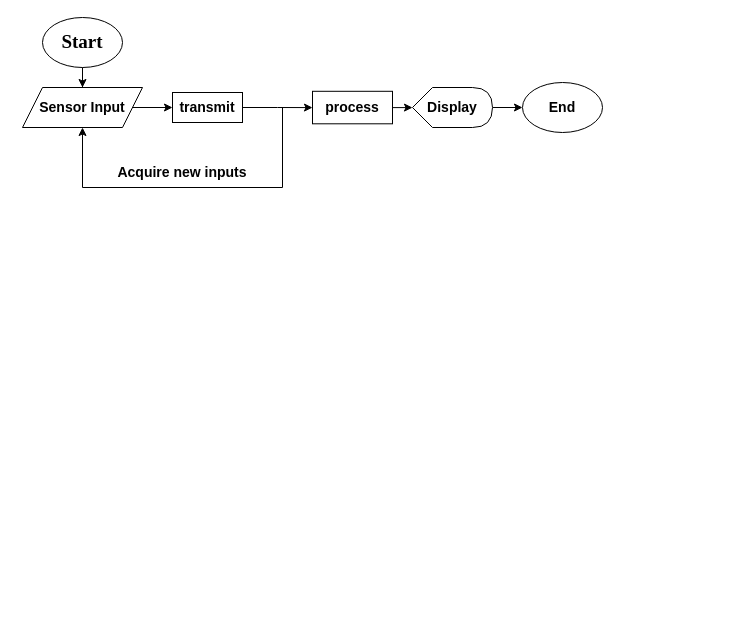
Before: Block-Diagram/Untitled Diagram.drawio in salaheldeenyasser/Gait-Monitoring-System, a draw.io diagram. Source tidied: cells renumbered, new cells numbered last; positions are measured from the earlier drawing's top-left corner, leaving out a move shared by most shapes. Both pictures are drawn from the tidied source at 100%, with x=0, y=0 at pixel (22, 17).
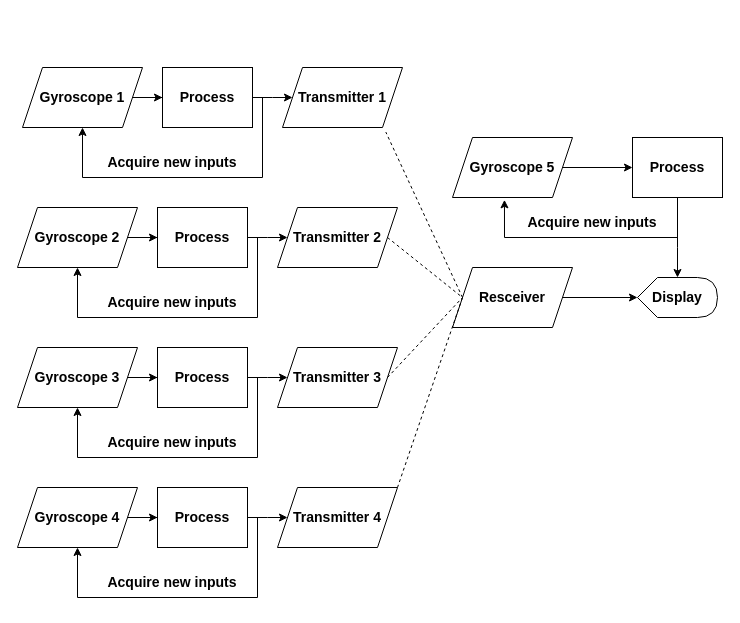
After the change.

Change to the diagram source:
```diff
@@
-    <mxCell id="2" style="edgeStyle=orthogonalEdgeStyle;rounded=0;jettySize=auto;html=1;" parent="1" edge="1" source="3" target="9">
-      <mxGeometry relative="1" as="geometry" />
-    </mxCell>
-    <mxCell id="3" value="&lt;font size=&quot;1&quot;&gt;&lt;b style=&quot;font-size: 14px;&quot;&gt;process&lt;/b&gt;&lt;/font&gt;" style="rounded=0;whiteSpace=wrap;html=1;" parent="1" vertex="1">
-      <mxGeometry x="290" y="73.8" width="80" height="32.5" as="geometry" />
-    </mxCell>
-    <mxCell id="4" style="edgeStyle=orthogonalEdgeStyle;rounded=0;jettySize=auto;html=1;" parent="1" edge="1" source="14" target="3">
-      <mxGeometry relative="1" as="geometry" />
+    <mxCell id="4" style="edgeStyle=orthogonalEdgeStyle;rounded=0;jettySize=auto;html=1;" parent="1" edge="1" source="14">
+      <mxGeometry relative="1" as="geometry">
+        <mxPoint x="270" y="80" as="targetPoint" />
+      </mxGeometry>
     </mxCell>
-    <mxCell id="5" value="&lt;font style=&quot;font-size: 14px;&quot;&gt;Sensor&amp;nbsp;&lt;/font&gt;&lt;span style=&quot;font-size: 14px; background-color: initial;&quot;&gt;Input&lt;/span&gt;" style="shape=parallelogram;perimeter=parallelogramPerimeter;whiteSpace=wrap;html=1;fixedSize=1;fontStyle=1;" parent="1" vertex="1">
-      <mxGeometry y="70" width="120" height="40" as="geometry" />
+    <mxCell id="5" value="&lt;span style=&quot;font-size: 14px;&quot;&gt;Gyroscope 1&lt;/span&gt;" style="shape=parallelogram;perimeter=parallelogramPerimeter;whiteSpace=wrap;html=1;fixedSize=1;fontStyle=1;" parent="1" vertex="1">
+      <mxGeometry y="50" width="120" height="60" as="geometry" />
     </mxCell>
-    <mxCell id="6" style="edgeStyle=orthogonalEdgeStyle;rounded=0;jettySize=auto;html=1;" parent="1" edge="1" source="7" target="5">
-      <mxGeometry relative="1" as="geometry" />
-    </mxCell>
-    <mxCell id="7" value="&lt;b&gt;&lt;font style=&quot;font-size: 19px;&quot;&gt;Start&lt;/font&gt;&lt;/b&gt;" style="ellipse;whiteSpace=wrap;html=1;fontFamily=Times New Roman;" parent="1" vertex="1">
-      <mxGeometry x="20" width="80" height="50" as="geometry" />
-    </mxCell>
-    <mxCell id="8" style="edgeStyle=orthogonalEdgeStyle;rounded=0;jettySize=auto;html=1;" parent="1" edge="1" source="9" target="10">
-      <mxGeometry relative="1" as="geometry" />
-    </mxCell>
     <mxCell id="9" value="Displ&lt;span style=&quot;background-color: initial;&quot;&gt;ay&lt;/span&gt;" style="shape=display;whiteSpace=wrap;html=1;fontStyle=1;fontSize=14;" parent="1" vertex="1">
-      <mxGeometry x="390" y="70" width="80" height="40" as="geometry" />
+      <mxGeometry x="615" y="260" width="80" height="40" as="geometry" />
     </mxCell>
-    <mxCell id="10" value="End" style="ellipse;whiteSpace=wrap;html=1;fontStyle=1;fontSize=14;" parent="1" vertex="1">
-      <mxGeometry x="500" y="65" width="80" height="50" as="geometry" />
-    </mxCell>
     <mxCell id="11" style="endArrow=classic;html=1;rounded=0;entryX=0.5;entryY=1;entryDx=0;entryDy=0;" parent="1" edge="1" target="5">
       <mxGeometry relative="1" as="geometry">
-        <mxPoint x="260" y="90" as="sourcePoint" />
+        <mxPoint x="240" y="80" as="sourcePoint" />
         <Array as="points">
-          <mxPoint x="260" y="170" />
-          <mxPoint x="60" y="170" />
+          <mxPoint x="240" y="160" />
+          <mxPoint x="60" y="160" />
         </Array>
       </mxGeometry>
     </mxCell>
     <mxCell id="12" value="&lt;b&gt;&lt;font style=&quot;font-size: 14px;&quot;&gt;Acquire new inputs&lt;/font&gt;&lt;/b&gt;" style="text;strokeColor=none;align=center;fillColor=none;html=1;verticalAlign=middle;whiteSpace=wrap;rounded=0;" parent="1" vertex="1">
-      <mxGeometry x="90" y="140" width="140" height="30" as="geometry" />
+      <mxGeometry x="80" y="130" width="140" height="30" as="geometry" />
     </mxCell>
@@
-    <mxCell id="14" value="transmit" style="rounded=0;whiteSpace=wrap;html=1;fontStyle=1;fontSize=14;" parent="1" vertex="1">
-      <mxGeometry x="150" y="75" width="70" height="30" as="geometry" />
+    <mxCell id="14" value="Process" style="rounded=0;whiteSpace=wrap;html=1;fontStyle=1;fontSize=14;" parent="1" vertex="1">
+      <mxGeometry x="140" y="50" width="90" height="60" as="geometry" />
     </mxCell>
+    <mxCell id="15" value="&lt;b&gt;&lt;font style=&quot;font-size: 14px;&quot;&gt;Transmitter 1&lt;/font&gt;&lt;/b&gt;" style="shape=parallelogram;perimeter=parallelogramPerimeter;whiteSpace=wrap;html=1;fixedSize=1;" parent="1" vertex="1">
+      <mxGeometry x="260" y="50" width="120" height="60" as="geometry" />
+    </mxCell>
+    <mxCell id="16" style="edgeStyle=orthogonalEdgeStyle;rounded=0;jettySize=auto;html=1;" parent="1" edge="1" source="21">
+      <mxGeometry relative="1" as="geometry">
+        <mxPoint x="265" y="220" as="targetPoint" />
+      </mxGeometry>
+    </mxCell>
+    <mxCell id="17" value="&lt;span style=&quot;font-size: 14px;&quot;&gt;Gyroscope 2&lt;/span&gt;" style="shape=parallelogram;perimeter=parallelogramPerimeter;whiteSpace=wrap;html=1;fixedSize=1;fontStyle=1;" parent="1" vertex="1">
+      <mxGeometry x="-5" y="190" width="120" height="60" as="geometry" />
+    </mxCell>
+    <mxCell id="18" style="endArrow=classic;html=1;rounded=0;entryX=0.5;entryY=1;entryDx=0;entryDy=0;" parent="1" edge="1" target="17">
+      <mxGeometry relative="1" as="geometry">
+        <mxPoint x="235" y="220" as="sourcePoint" />
+        <Array as="points">
+          <mxPoint x="235" y="300" />
+          <mxPoint x="55" y="300" />
+        </Array>
+      </mxGeometry>
+    </mxCell>
+    <mxCell id="19" value="&lt;b&gt;&lt;font style=&quot;font-size: 14px;&quot;&gt;Acquire new inputs&lt;/font&gt;&lt;/b&gt;" style="text;strokeColor=none;align=center;fillColor=none;html=1;verticalAlign=middle;whiteSpace=wrap;rounded=0;" parent="1" vertex="1">
+      <mxGeometry x="80" y="270" width="140" height="30" as="geometry" />
+    </mxCell>
+    <mxCell id="20" style="edgeStyle=orthogonalEdgeStyle;rounded=0;jettySize=auto;html=1;" parent="1" edge="1" source="17" target="21">
+      <mxGeometry relative="1" as="geometry" />
+    </mxCell>
+    <mxCell id="21" value="Process" style="rounded=0;whiteSpace=wrap;html=1;fontStyle=1;fontSize=14;" parent="1" vertex="1">
+      <mxGeometry x="135" y="190" width="90" height="60" as="geometry" />
+    </mxCell>
+    <mxCell id="22" value="&lt;b&gt;&lt;font style=&quot;font-size: 14px;&quot;&gt;Transmitter 2&lt;/font&gt;&lt;/b&gt;" style="shape=parallelogram;perimeter=parallelogramPerimeter;whiteSpace=wrap;html=1;fixedSize=1;" parent="1" vertex="1">
+      <mxGeometry x="255" y="190" width="120" height="60" as="geometry" />
+    </mxCell>
+    <mxCell id="23" style="edgeStyle=orthogonalEdgeStyle;rounded=0;jettySize=auto;html=1;" parent="1" edge="1" source="28">
+      <mxGeometry relative="1" as="geometry">
+        <mxPoint x="265" y="360" as="targetPoint" />
+      </mxGeometry>
+    </mxCell>
+    <mxCell id="24" value="&lt;span style=&quot;font-size: 14px;&quot;&gt;Gyroscope 3&lt;/span&gt;" style="shape=parallelogram;perimeter=parallelogramPerimeter;whiteSpace=wrap;html=1;fixedSize=1;fontStyle=1;" parent="1" vertex="1">
+      <mxGeometry x="-5" y="330" width="120" height="60" as="geometry" />
+    </mxCell>
+    <mxCell id="25" style="endArrow=classic;html=1;rounded=0;entryX=0.5;entryY=1;entryDx=0;entryDy=0;" parent="1" edge="1" target="24">
+      <mxGeometry relative="1" as="geometry">
+        <mxPoint x="235" y="360" as="sourcePoint" />
+        <Array as="points">
+          <mxPoint x="235" y="440" />
+          <mxPoint x="55" y="440" />
+        </Array>
+      </mxGeometry>
+    </mxCell>
+    <mxCell id="26" value="&lt;b&gt;&lt;font style=&quot;font-size: 14px;&quot;&gt;Acquire new inputs&lt;/font&gt;&lt;/b&gt;" style="text;strokeColor=none;align=center;fillColor=none;html=1;verticalAlign=middle;whiteSpace=wrap;rounded=0;" parent="1" vertex="1">
+      <mxGeometry x="80" y="410" width="140" height="30" as="geometry" />
+    </mxCell>
+    <mxCell id="27" style="edgeStyle=orthogonalEdgeStyle;rounded=0;jettySize=auto;html=1;" parent="1" edge="1" source="24" target="28">
+      <mxGeometry relative="1" as="geometry" />
+    </mxCell>
+    <mxCell id="28" value="Process" style="rounded=0;whiteSpace=wrap;html=1;fontStyle=1;fontSize=14;" parent="1" vertex="1">
+      <mxGeometry x="135" y="330" width="90" height="60" as="geometry" />
+    </mxCell>
+    <mxCell id="29" value="&lt;b&gt;&lt;font style=&quot;font-size: 14px;&quot;&gt;Transmitter 3&lt;/font&gt;&lt;/b&gt;" style="shape=parallelogram;perimeter=parallelogramPerimeter;whiteSpace=wrap;html=1;fixedSize=1;" parent="1" vertex="1">
+      <mxGeometry x="255" y="330" width="120" height="60" as="geometry" />
+    </mxCell>
+    <mxCell id="30" style="edgeStyle=orthogonalEdgeStyle;rounded=0;jettySize=auto;html=1;" parent="1" edge="1" source="35">
+      <mxGeometry relative="1" as="geometry">
+        <mxPoint x="265" y="500" as="targetPoint" />
+      </mxGeometry>
+    </mxCell>
+    <mxCell id="31" value="&lt;span style=&quot;font-size: 14px;&quot;&gt;Gyroscope 4&lt;/span&gt;" style="shape=parallelogram;perimeter=parallelogramPerimeter;whiteSpace=wrap;html=1;fixedSize=1;fontStyle=1;" parent="1" vertex="1">
+      <mxGeometry x="-5" y="470" width="120" height="60" as="geometry" />
+    </mxCell>
+    <mxCell id="32" style="endArrow=classic;html=1;rounded=0;entryX=0.5;entryY=1;entryDx=0;entryDy=0;" parent="1" edge="1" target="31">
+      <mxGeometry relative="1" as="geometry">
+        <mxPoint x="235" y="500" as="sourcePoint" />
+        <Array as="points">
+          <mxPoint x="235" y="580" />
+          <mxPoint x="55" y="580" />
+        </Array>
+      </mxGeometry>
+    </mxCell>
+    <mxCell id="33" value="&lt;b&gt;&lt;font style=&quot;font-size: 14px;&quot;&gt;Acquire new inputs&lt;/font&gt;&lt;/b&gt;" style="text;strokeColor=none;align=center;fillColor=none;html=1;verticalAlign=middle;whiteSpace=wrap;rounded=0;" parent="1" vertex="1">
+      <mxGeometry x="80" y="550" width="140" height="30" as="geometry" />
+    </mxCell>
+    <mxCell id="34" style="edgeStyle=orthogonalEdgeStyle;rounded=0;jettySize=auto;html=1;" parent="1" edge="1" source="31" target="35">
+      <mxGeometry relative="1" as="geometry" />
+    </mxCell>
+    <mxCell id="35" value="Process" style="rounded=0;whiteSpace=wrap;html=1;fontStyle=1;fontSize=14;" parent="1" vertex="1">
+      <mxGeometry x="135" y="470" width="90" height="60" as="geometry" />
+    </mxCell>
+    <mxCell id="36" value="&lt;b&gt;&lt;font style=&quot;font-size: 14px;&quot;&gt;Transmitter 4&lt;/font&gt;&lt;/b&gt;" style="shape=parallelogram;perimeter=parallelogramPerimeter;whiteSpace=wrap;html=1;fixedSize=1;" parent="1" vertex="1">
+      <mxGeometry x="255" y="470" width="120" height="60" as="geometry" />
+    </mxCell>
+    <mxCell id="37" value="&lt;span style=&quot;font-size: 14px;&quot;&gt;Gyroscope 5&lt;/span&gt;" style="shape=parallelogram;perimeter=parallelogramPerimeter;whiteSpace=wrap;html=1;fixedSize=1;fontStyle=1;" parent="1" vertex="1">
+      <mxGeometry x="430" y="120" width="120" height="60" as="geometry" />
+    </mxCell>
+    <mxCell id="38" value="&lt;b&gt;&lt;font style=&quot;font-size: 14px;&quot;&gt;Acquire new inputs&lt;/font&gt;&lt;/b&gt;" style="text;strokeColor=none;align=center;fillColor=none;html=1;verticalAlign=middle;whiteSpace=wrap;rounded=0;" parent="1" vertex="1">
+      <mxGeometry x="500" y="190" width="140" height="30" as="geometry" />
+    </mxCell>
+    <mxCell id="39" style="edgeStyle=orthogonalEdgeStyle;rounded=0;jettySize=auto;html=1;" parent="1" edge="1" source="37" target="41">
+      <mxGeometry relative="1" as="geometry" />
+    </mxCell>
+    <mxCell id="40" style="edgeStyle=orthogonalEdgeStyle;rounded=0;jettySize=auto;html=1;exitX=0.5;exitY=1;exitDx=0;exitDy=0;entryX=0.433;entryY=1.039;entryDx=0;entryDy=0;entryPerimeter=0;" parent="1" edge="1" source="41" target="37">
+      <mxGeometry relative="1" as="geometry">
+        <Array as="points">
+          <mxPoint x="655" y="220" />
+          <mxPoint x="482" y="220" />
+        </Array>
+      </mxGeometry>
+    </mxCell>
+    <mxCell id="41" value="Process" style="rounded=0;whiteSpace=wrap;html=1;fontStyle=1;fontSize=14;" parent="1" vertex="1">
+      <mxGeometry x="610" y="120" width="90" height="60" as="geometry" />
+    </mxCell>
+    <mxCell id="42" style="edgeStyle=orthogonalEdgeStyle;rounded=0;jettySize=auto;html=1;exitX=1;exitY=0.5;exitDx=0;exitDy=0;entryX=0;entryY=0.5;entryDx=0;entryDy=0;entryPerimeter=0;" parent="1" edge="1" source="43" target="9">
+      <mxGeometry relative="1" as="geometry" />
+    </mxCell>
+    <mxCell id="43" value="&lt;b&gt;&lt;font style=&quot;font-size: 14px;&quot;&gt;Resceiver&lt;/font&gt;&lt;/b&gt;" style="shape=parallelogram;perimeter=parallelogramPerimeter;whiteSpace=wrap;html=1;fixedSize=1;" parent="1" vertex="1">
+      <mxGeometry x="430" y="250" width="120" height="60" as="geometry" />
+    </mxCell>
+    <mxCell id="44" style="edgeStyle=orthogonalEdgeStyle;rounded=0;jettySize=auto;html=1;exitX=0.5;exitY=1;exitDx=0;exitDy=0;entryX=0;entryY=0;entryDx=40;entryDy=0;entryPerimeter=0;" parent="1" edge="1" source="41" target="9">
+      <mxGeometry relative="1" as="geometry">
+        <Array as="points">
+          <mxPoint x="655" y="230" />
+          <mxPoint x="655" y="230" />
+        </Array>
+      </mxGeometry>
+    </mxCell>
+    <mxCell id="45" style="endArrow=none;dashed=1;html=1;rounded=0;entryX=0.861;entryY=1.076;entryDx=0;entryDy=0;exitX=0;exitY=0.5;exitDx=0;exitDy=0;entryPerimeter=0;" parent="1" edge="1" source="43" target="15">
+      <mxGeometry relative="1" as="geometry" />
+    </mxCell>
+    <mxCell id="46" style="endArrow=none;dashed=1;html=1;rounded=0;exitX=1;exitY=0.5;exitDx=0;exitDy=0;entryX=0;entryY=0.5;entryDx=0;entryDy=0;" parent="1" edge="1" source="22" target="43">
+      <mxGeometry relative="1" as="geometry" />
+    </mxCell>
+    <mxCell id="47" style="endArrow=none;dashed=1;html=1;rounded=0;exitX=1;exitY=0.5;exitDx=0;exitDy=0;entryX=0;entryY=0.5;entryDx=0;entryDy=0;" parent="1" edge="1" source="29" target="43">
+      <mxGeometry relative="1" as="geometry" />
+    </mxCell>
+    <mxCell id="48" style="endArrow=none;dashed=1;html=1;rounded=0;entryX=1;entryY=0;entryDx=0;entryDy=0;exitX=0;exitY=0.5;exitDx=0;exitDy=0;" parent="1" edge="1" source="43" target="36">
+      <mxGeometry relative="1" as="geometry" />
+    </mxCell>
```
